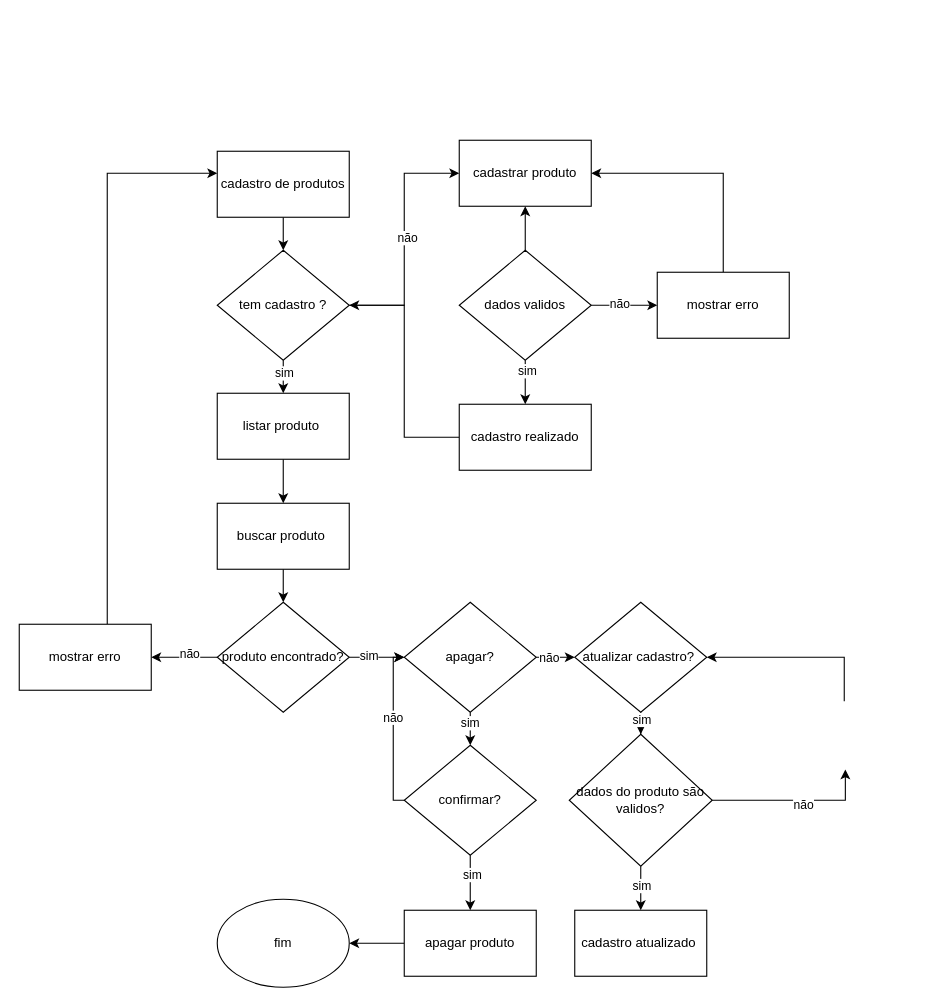
Before: page "Página-4" (4 of 5) of fluxosgramas.drawio in luisplathdm/fluxo, a draw.io diagram. Source tidied: cells renumbered, new cells numbered last; positions are measured from the earlier drawing's top-left corner, leaving out a move shared by most shapes. Both pictures are drawn from the tidied source at 110%, with x=0, y=0 at pixel (19, 140).
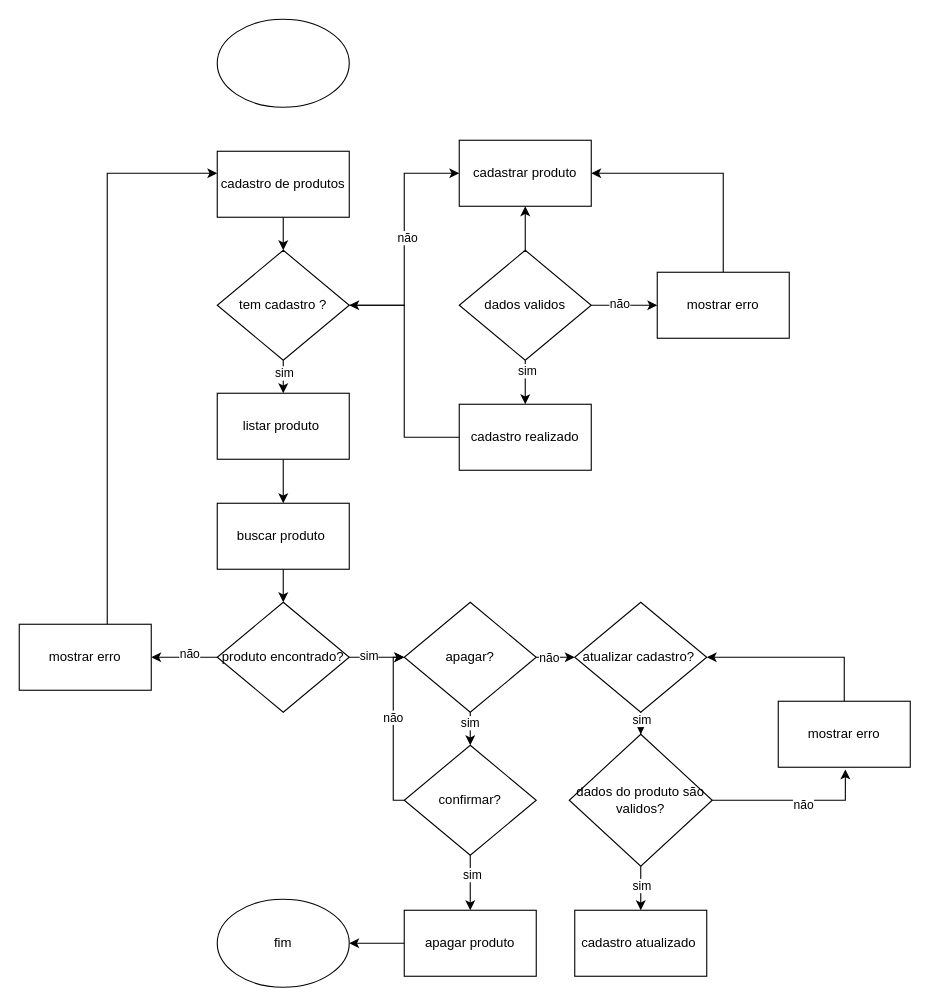
The same page after the edit.

Diff of the diagram source:
```diff
@@
+    <mxCell id="54" style="ellipse;whiteSpace=wrap;html=1;" parent="1" vertex="1">
+      <mxGeometry x="180" y="-110" width="120" height="80" as="geometry" />
+    </mxCell>
+    <mxCell id="55" value="mostrar erro" style="rounded=0;whiteSpace=wrap;html=1;" parent="1" vertex="1">
+      <mxGeometry x="690" y="510" width="120" height="60" as="geometry" />
+    </mxCell>
```
